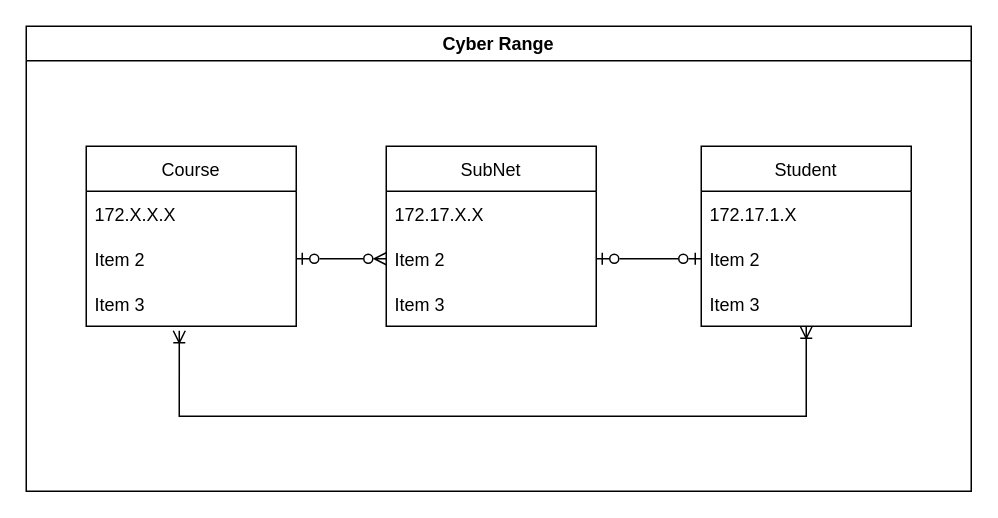
pleycothh/Csharp_Learning_Note keeps this draw.io diagram as page "Database" (2 of 4) of Project_Plan.drawio. Above is the earlier version. Source tidied: cells renumbered, new cells numbered last; positions are measured from the earlier drawing's top-left corner, leaving out a move shared by most shapes. Both pictures are drawn from the tidied source at 150%, with x=0, y=0 at pixel (26, 26).
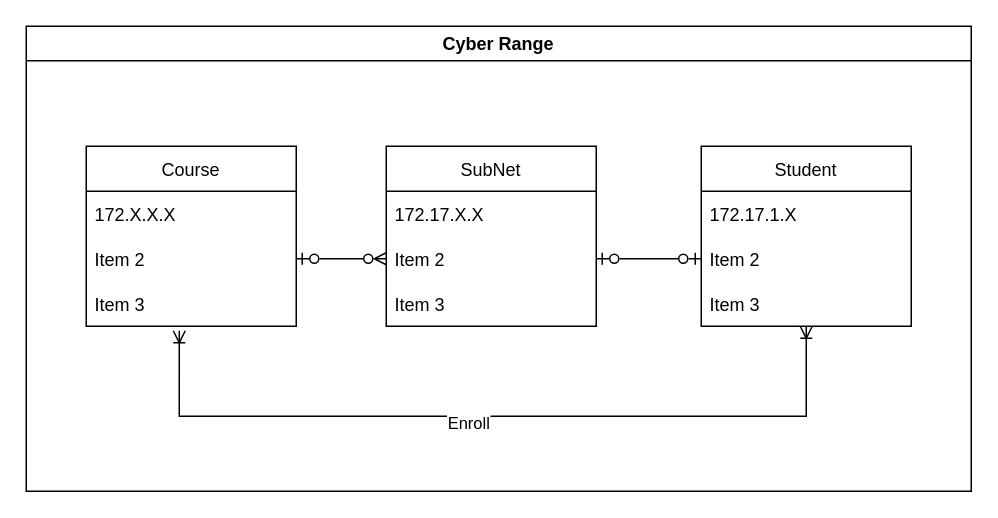
The same diagram, later.

Unchanged cells that the change refers to:
```xml
<mxCell id="17" style="edgeStyle=orthogonalEdgeStyle;rounded=0;jettySize=auto;html=1;entryX=0.443;entryY=1.1;entryDx=0;entryDy=0;entryPerimeter=0;fontSize=12;endArrow=ERoneToMany;endFill=0;startArrow=ERoneToMany;startFill=0;" parent="1" edge="1" source="3" target="15">
  <mxGeometry relative="1" as="geometry">
    <Array as="points">
      <mxPoint x="520" y="260" />
      <mxPoint x="102" y="260" />
    </Array>
  </mxGeometry>
</mxCell>
```

Change to the diagram source:
```diff
@@
+    <mxCell id="18" value="Enroll" style="edgeLabel;html=1;align=center;verticalAlign=middle;" parent="17" vertex="1">
+      <mxGeometry x="0.07" y="4" relative="1" as="geometry" />
+    </mxCell>
```
